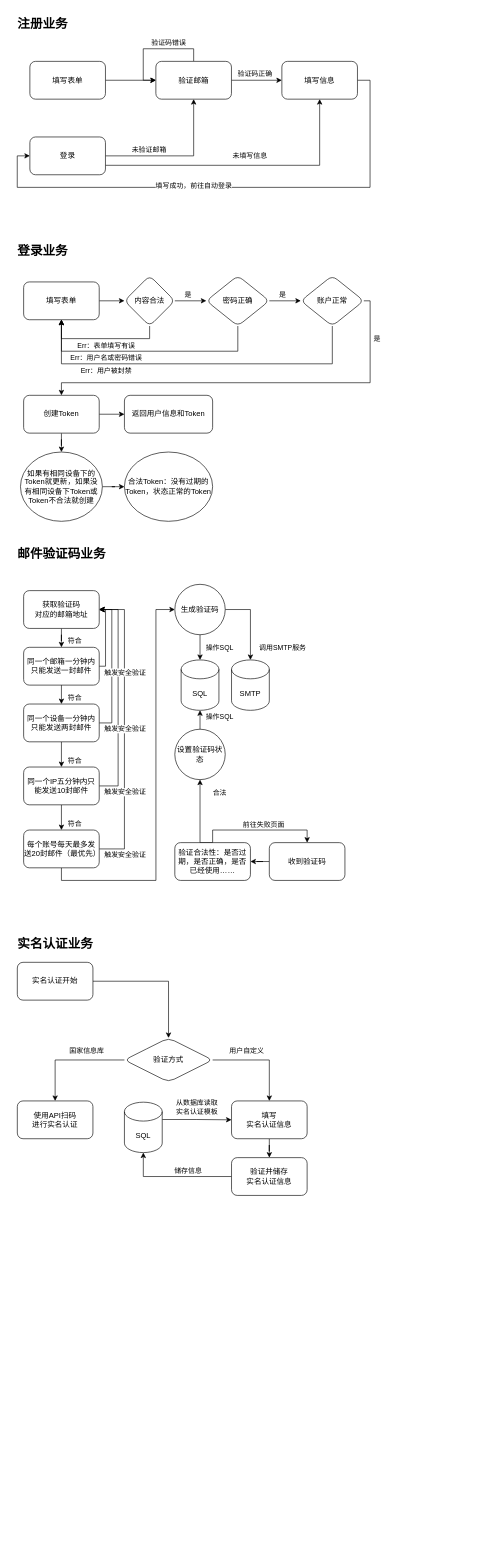
Before: ChatBy.drawio in lanbinshijie/image-cdn, a draw.io diagram. Source tidied: cells renumbered, new cells numbered last; positions are measured from the earlier drawing's top-left corner, leaving out a move shared by most shapes. Both pictures are drawn from the tidied source at 63%, with x=0, y=0 at pixel (11, 11).
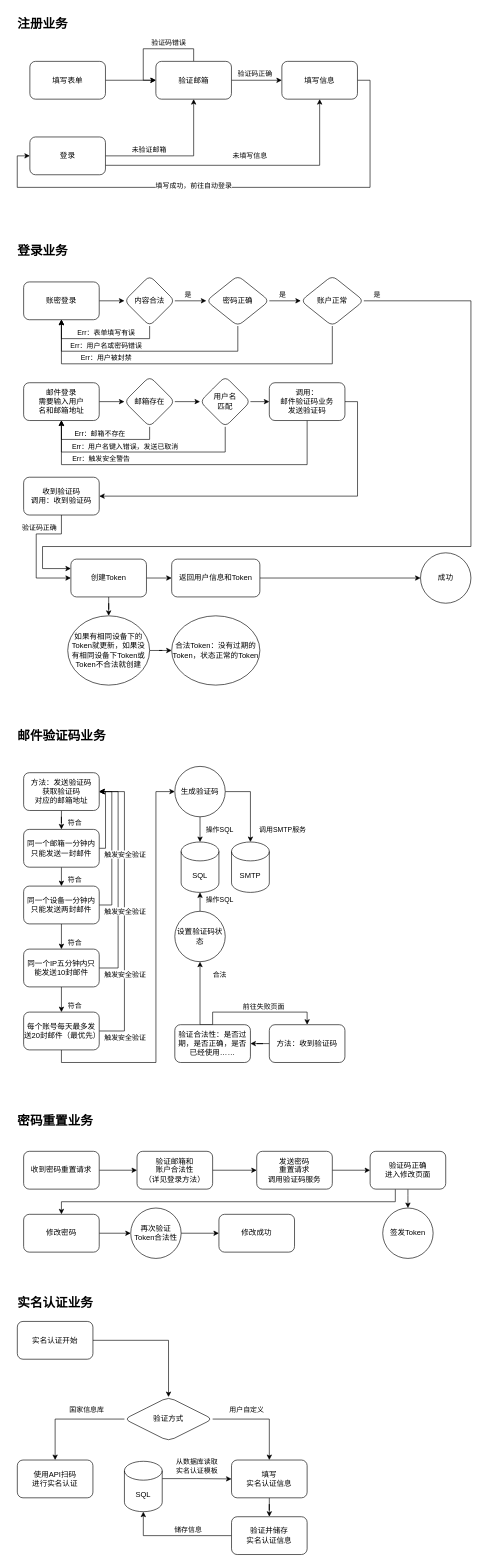
The same diagram, later.

The change refers to these unchanged cells:
```xml
<mxCell id="21" style="edgeStyle=orthogonalEdgeStyle;rounded=0;jettySize=auto;html=1;" parent="1" edge="1" source="29" target="32">
  <mxGeometry relative="1" as="geometry" />
</mxCell>
<mxCell id="25" style="edgeStyle=orthogonalEdgeStyle;rounded=0;jettySize=auto;html=1;exitX=0.5;exitY=1;exitDx=0;exitDy=0;entryX=0.5;entryY=1;entryDx=0;entryDy=0;" parent="1" edge="1" source="29" target="20">
  <mxGeometry relative="1" as="geometry" />
</mxCell>
<mxCell id="35" value="账户正常" style="rhombus;whiteSpace=wrap;html=1;rounded=1;" parent="1" vertex="1">
  <mxGeometry x="460" y="420" width="100" height="80" as="geometry" />
</mxCell>
```

Change to the diagram source:
```diff
@@
-    <mxCell id="20" value="填写表单" style="rounded=1;whiteSpace=wrap;html=1;" parent="1" vertex="1">
+    <mxCell id="20" value="账密登录" style="rounded=1;whiteSpace=wrap;html=1;" parent="1" vertex="1">
       <mxGeometry x="20" y="430" width="120" height="60" as="geometry" />
     </mxCell>
@@
     <mxCell id="24" value="是" style="edgeLabel;html=1;align=center;verticalAlign=middle;" parent="21" vertex="1">
       <mxGeometry x="-0.46" relative="1" as="geometry">
-        <mxPoint x="306" y="60" as="offset" />
+        <mxPoint x="306" y="-10" as="offset" />
       </mxGeometry>
     </mxCell>
@@
     <mxCell id="26" value="Err：表单填写有误" style="edgeLabel;html=1;align=center;verticalAlign=middle;" parent="25" vertex="1">
       <mxGeometry x="-0.16" y="1" relative="1" as="geometry">
-        <mxPoint x="-10" y="9" as="offset" />
+        <mxPoint x="-10" y="-11" as="offset" />
       </mxGeometry>
     </mxCell>
     <mxCell id="27" value="Err：用户名或密码错误" style="edgeLabel;html=1;align=center;verticalAlign=middle;" parent="25" vertex="1">
       <mxGeometry x="-0.16" y="1" relative="1" as="geometry">
-        <mxPoint x="-10" y="29" as="offset" />
+        <mxPoint x="-10" y="9" as="offset" />
       </mxGeometry>
     </mxCell>
     <mxCell id="28" value="Err：用户被封禁" style="edgeLabel;html=1;align=center;verticalAlign=middle;" parent="25" vertex="1">
       <mxGeometry x="-0.16" y="1" relative="1" as="geometry">
-        <mxPoint x="-10" y="49" as="offset" />
+        <mxPoint x="-10" y="29" as="offset" />
       </mxGeometry>
     </mxCell>
@@
-    <mxCell id="34" style="edgeStyle=orthogonalEdgeStyle;rounded=0;jettySize=auto;html=1;" parent="1" edge="1" source="35" target="38">
+    <mxCell id="34" style="edgeStyle=orthogonalEdgeStyle;rounded=0;jettySize=auto;html=1;exitX=1;exitY=0.5;exitDx=0;exitDy=0;entryX=0;entryY=0.25;entryDx=0;entryDy=0;" parent="1" edge="1" source="35" target="38">
       <mxGeometry relative="1" as="geometry">
         <Array as="points">
-          <mxPoint x="570" y="460" />
-          <mxPoint x="570" y="590" />
-          <mxPoint x="80" y="590" />
+          <mxPoint x="730" y="460" />
+          <mxPoint x="730" y="850" />
+          <mxPoint x="50" y="850" />
+          <mxPoint x="50" y="885" />
         </Array>
       </mxGeometry>
     </mxCell>
@@
     <mxCell id="38" value="创建Token" style="whiteSpace=wrap;html=1;rounded=1;" parent="1" vertex="1">
-      <mxGeometry x="20" y="610" width="120" height="60" as="geometry" />
+      <mxGeometry x="95" y="870" width="120" height="60" as="geometry" />
     </mxCell>
@@
     <mxCell id="40" value="如果有相同设备下的Token就更新，如果没有相同设备下Token或Token不合法就创建" style="ellipse;whiteSpace=wrap;html=1;rounded=1;" parent="1" vertex="1">
-      <mxGeometry x="15" y="700" width="130" height="110" as="geometry" />
+      <mxGeometry x="90" y="960" width="130" height="110" as="geometry" />
     </mxCell>
     <mxCell id="41" value="合法Token：没有过期的Token，状态正常的Token" style="ellipse;whiteSpace=wrap;html=1;rounded=1;" parent="1" vertex="1">
-      <mxGeometry x="180" y="700" width="140" height="110" as="geometry" />
+      <mxGeometry x="255" y="960" width="140" height="110" as="geometry" />
     </mxCell>
+    <mxCell id="100" style="edgeStyle=orthogonalEdgeStyle;rounded=0;jettySize=auto;html=1;" parent="1" edge="1" source="42" target="118">
+      <mxGeometry relative="1" as="geometry" />
+    </mxCell>
     <mxCell id="42" value="返回用户信息和Token" style="whiteSpace=wrap;html=1;rounded=1;" parent="1" vertex="1">
-      <mxGeometry x="180" y="610" width="140" height="60" as="geometry" />
+      <mxGeometry x="255" y="870" width="140" height="60" as="geometry" />
     </mxCell>
     <mxCell id="43" value="邮件验证码业务" style="text;html=1;align=center;verticalAlign=middle;strokeColor=none;fillColor=none;fontSize=20;fontStyle=1;" parent="1" vertex="1">
-      <mxGeometry y="840" width="160" height="40" as="geometry" />
+      <mxGeometry y="1129" width="160" height="40" as="geometry" />
     </mxCell>
@@
-    <mxCell id="49" value="获取验证码&lt;br&gt;对应的邮箱地址" style="rounded=1;whiteSpace=wrap;html=1;" parent="1" vertex="1">
-      <mxGeometry x="20" y="920" width="120" height="60" as="geometry" />
+    <mxCell id="49" value="方法：发送验证码&lt;br&gt;获取验证码&lt;br&gt;对应的邮箱地址" style="rounded=1;whiteSpace=wrap;html=1;" parent="1" vertex="1">
+      <mxGeometry x="20" y="1209" width="120" height="60" as="geometry" />
     </mxCell>
@@
     <mxCell id="56" value="生成验证码" style="ellipse;whiteSpace=wrap;html=1;rounded=1;" parent="1" vertex="1">
-      <mxGeometry x="260" y="910" width="80" height="80" as="geometry" />
+      <mxGeometry x="260" y="1199" width="80" height="80" as="geometry" />
     </mxCell>
     <mxCell id="57" value="SQL" style="shape=cylinder3;whiteSpace=wrap;html=1;boundedLbl=1;backgroundOutline=1;size=15;" parent="1" vertex="1">
-      <mxGeometry x="270" y="1030" width="60" height="80" as="geometry" />
+      <mxGeometry x="270" y="1319" width="60" height="80" as="geometry" />
     </mxCell>
@@
     <mxCell id="59" style="edgeStyle=orthogonalEdgeStyle;rounded=0;jettySize=auto;html=1;exitX=1;exitY=0.5;exitDx=0;exitDy=0;entryX=1;entryY=0.5;entryDx=0;entryDy=0;" parent="1" edge="1" source="60" target="49">
       <mxGeometry relative="1" as="geometry">
         <Array as="points">
-          <mxPoint x="150" y="1040" />
-          <mxPoint x="150" y="950" />
+          <mxPoint x="150" y="1329" />
+          <mxPoint x="150" y="1239" />
         </Array>
       </mxGeometry>
     </mxCell>
     <mxCell id="60" value="同一个邮箱一分钟内只能发送一封邮件" style="rounded=1;whiteSpace=wrap;html=1;" parent="1" vertex="1">
-      <mxGeometry x="20" y="1010" width="120" height="60" as="geometry" />
+      <mxGeometry x="20" y="1299" width="120" height="60" as="geometry" />
     </mxCell>
@@
     <mxCell id="62" style="edgeStyle=orthogonalEdgeStyle;rounded=0;jettySize=auto;html=1;exitX=1;exitY=0.5;exitDx=0;exitDy=0;entryX=1;entryY=0.5;entryDx=0;entryDy=0;" parent="1" edge="1" source="63" target="49">
       <mxGeometry relative="1" as="geometry">
         <Array as="points">
-          <mxPoint x="160" y="1130" />
-          <mxPoint x="160" y="950" />
+          <mxPoint x="160" y="1419" />
+          <mxPoint x="160" y="1239" />
         </Array>
       </mxGeometry>
     </mxCell>
     <mxCell id="63" value="同一个设备一分钟内只能发送两封邮件" style="rounded=1;whiteSpace=wrap;html=1;" parent="1" vertex="1">
-      <mxGeometry x="20" y="1100" width="120" height="60" as="geometry" />
+      <mxGeometry x="20" y="1389" width="120" height="60" as="geometry" />
     </mxCell>
@@
     <mxCell id="65" style="edgeStyle=orthogonalEdgeStyle;rounded=0;jettySize=auto;html=1;exitX=1;exitY=0.5;exitDx=0;exitDy=0;entryX=1;entryY=0.5;entryDx=0;entryDy=0;" parent="1" edge="1" source="66" target="49">
       <mxGeometry relative="1" as="geometry">
         <Array as="points">
-          <mxPoint x="170" y="1230" />
-          <mxPoint x="170" y="950" />
+          <mxPoint x="170" y="1519" />
+          <mxPoint x="170" y="1239" />
         </Array>
       </mxGeometry>
     </mxCell>
     <mxCell id="66" value="同一个IP五分钟内只能发送10封邮件" style="rounded=1;whiteSpace=wrap;html=1;" parent="1" vertex="1">
-      <mxGeometry x="20" y="1200" width="120" height="60" as="geometry" />
+      <mxGeometry x="20" y="1489" width="120" height="60" as="geometry" />
     </mxCell>
     <mxCell id="67" style="edgeStyle=orthogonalEdgeStyle;rounded=0;jettySize=auto;html=1;exitX=1;exitY=0.5;exitDx=0;exitDy=0;entryX=1;entryY=0.5;entryDx=0;entryDy=0;" parent="1" edge="1" source="73" target="49">
       <mxGeometry relative="1" as="geometry">
         <Array as="points">
-          <mxPoint x="180" y="1330" />
-          <mxPoint x="180" y="950" />
+          <mxPoint x="180" y="1619" />
+          <mxPoint x="180" y="1239" />
         </Array>
       </mxGeometry>
     </mxCell>
@@
     <mxCell id="72" style="edgeStyle=orthogonalEdgeStyle;rounded=0;jettySize=auto;html=1;exitX=0.5;exitY=1;exitDx=0;exitDy=0;entryX=0;entryY=0.5;entryDx=0;entryDy=0;" parent="1" edge="1" source="73" target="56">
       <mxGeometry relative="1" as="geometry">
         <Array as="points">
-          <mxPoint x="80" y="1380" />
-          <mxPoint x="230" y="1380" />
-          <mxPoint x="230" y="950" />
+          <mxPoint x="80" y="1669" />
+          <mxPoint x="230" y="1669" />
+          <mxPoint x="230" y="1239" />
         </Array>
       </mxGeometry>
     </mxCell>
     <mxCell id="73" value="每个账号每天最多发送20封邮件（最优先）" style="rounded=1;whiteSpace=wrap;html=1;" parent="1" vertex="1">
-      <mxGeometry x="20" y="1300" width="120" height="60" as="geometry" />
+      <mxGeometry x="20" y="1589" width="120" height="60" as="geometry" />
     </mxCell>
     <mxCell id="74" value="SMTP" style="shape=cylinder3;whiteSpace=wrap;html=1;boundedLbl=1;backgroundOutline=1;size=15;" parent="1" vertex="1">
-      <mxGeometry x="350" y="1030" width="60" height="80" as="geometry" />
+      <mxGeometry x="350" y="1319" width="60" height="80" as="geometry" />
     </mxCell>
@@
-    <mxCell id="76" value="收到验证码" style="rounded=1;whiteSpace=wrap;html=1;" parent="1" vertex="1">
-      <mxGeometry x="410" y="1320" width="120" height="60" as="geometry" />
+    <mxCell id="76" value="方法：收到验证码" style="rounded=1;whiteSpace=wrap;html=1;" parent="1" vertex="1">
+      <mxGeometry x="410" y="1609" width="120" height="60" as="geometry" />
     </mxCell>
     <mxCell id="77" style="edgeStyle=orthogonalEdgeStyle;rounded=0;jettySize=auto;html=1;exitX=0.5;exitY=0;exitDx=0;exitDy=0;entryX=0.5;entryY=1;entryDx=0;entryDy=0;" parent="1" edge="1" source="80" target="82">
       <mxGeometry relative="1" as="geometry">
         <Array as="points">
-          <mxPoint x="300" y="1320" />
+          <mxPoint x="300" y="1609" />
         </Array>
       </mxGeometry>
     </mxCell>
@@
     <mxCell id="80" value="验证合法性：是否过期，是否正确，是否已经使用……" style="rounded=1;whiteSpace=wrap;html=1;" parent="1" vertex="1">
-      <mxGeometry x="260" y="1320" width="120" height="60" as="geometry" />
+      <mxGeometry x="260" y="1609" width="120" height="60" as="geometry" />
     </mxCell>
@@
     <mxCell id="82" value="设置验证码状态" style="ellipse;whiteSpace=wrap;html=1;rounded=1;" parent="1" vertex="1">
-      <mxGeometry x="260" y="1140" width="80" height="80" as="geometry" />
+      <mxGeometry x="260" y="1429" width="80" height="80" as="geometry" />
     </mxCell>
     <mxCell id="83" value="实名认证业务" style="text;html=1;align=center;verticalAlign=middle;strokeColor=none;fillColor=none;fontSize=20;fontStyle=1;" parent="1" vertex="1">
-      <mxGeometry y="1460" width="140" height="40" as="geometry" />
+      <mxGeometry y="2030" width="140" height="40" as="geometry" />
     </mxCell>
@@
     <mxCell id="85" value="实名认证开始" style="rounded=1;whiteSpace=wrap;html=1;" parent="1" vertex="1">
-      <mxGeometry x="10" y="1510" width="120" height="60" as="geometry" />
+      <mxGeometry x="10" y="2080" width="120" height="60" as="geometry" />
     </mxCell>
@@
     <mxCell id="90" value="验证方式" style="rhombus;whiteSpace=wrap;html=1;rounded=1;" parent="1" vertex="1">
-      <mxGeometry x="180" y="1630" width="140" height="70" as="geometry" />
+      <mxGeometry x="180" y="2200" width="140" height="70" as="geometry" />
     </mxCell>
@@
     <mxCell id="92" value="填写&lt;br&gt;实名认证信息" style="whiteSpace=wrap;html=1;rounded=1;" parent="1" vertex="1">
-      <mxGeometry x="350" y="1730" width="120" height="60" as="geometry" />
+      <mxGeometry x="350" y="2300" width="120" height="60" as="geometry" />
     </mxCell>
     <mxCell id="93" value="使用API扫码&lt;br&gt;进行实名认证" style="whiteSpace=wrap;html=1;rounded=1;" parent="1" vertex="1">
-      <mxGeometry x="10" y="1730" width="120" height="60" as="geometry" />
+      <mxGeometry x="10" y="2300" width="120" height="60" as="geometry" />
     </mxCell>
@@
     <mxCell id="96" value="SQL" style="shape=cylinder3;whiteSpace=wrap;html=1;boundedLbl=1;backgroundOutline=1;size=15;" parent="1" vertex="1">
-      <mxGeometry x="180" y="1732" width="60" height="80" as="geometry" />
+      <mxGeometry x="180" y="2302" width="60" height="80" as="geometry" />
     </mxCell>
@@
     <mxCell id="99" value="验证并储存&lt;br&gt;实名认证信息" style="whiteSpace=wrap;html=1;rounded=1;" parent="1" vertex="1">
-      <mxGeometry x="350" y="1820" width="120" height="60" as="geometry" />
+      <mxGeometry x="350" y="2390" width="120" height="60" as="geometry" />
     </mxCell>
+    <mxCell id="101" style="edgeStyle=orthogonalEdgeStyle;rounded=0;jettySize=auto;html=1;" parent="1" edge="1" source="102" target="106">
+      <mxGeometry relative="1" as="geometry" />
+    </mxCell>
+    <mxCell id="102" value="邮件登录&lt;br&gt;需要输入用户&lt;br&gt;名和邮箱地址" style="rounded=1;whiteSpace=wrap;html=1;" parent="1" vertex="1">
+      <mxGeometry x="20" y="590" width="120" height="60" as="geometry" />
+    </mxCell>
+    <mxCell id="103" style="edgeStyle=orthogonalEdgeStyle;rounded=0;jettySize=auto;html=1;exitX=0.5;exitY=1;exitDx=0;exitDy=0;entryX=0.5;entryY=1;entryDx=0;entryDy=0;" parent="1" edge="1" source="106" target="102">
+      <mxGeometry relative="1" as="geometry" />
+    </mxCell>
+    <mxCell id="104" value="Err：邮箱不存在" style="edgeLabel;html=1;align=center;verticalAlign=middle;" parent="103" vertex="1">
+      <mxGeometry x="-0.26" relative="1" as="geometry">
+        <mxPoint x="-30" y="-10" as="offset" />
+      </mxGeometry>
+    </mxCell>
+    <mxCell id="105" style="edgeStyle=orthogonalEdgeStyle;rounded=0;jettySize=auto;html=1;" parent="1" edge="1" source="106" target="114">
+      <mxGeometry relative="1" as="geometry" />
+    </mxCell>
+    <mxCell id="106" value="邮箱存在" style="rhombus;whiteSpace=wrap;html=1;rounded=1;" parent="1" vertex="1">
+      <mxGeometry x="180" y="580" width="80" height="80" as="geometry" />
+    </mxCell>
+    <mxCell id="107" style="edgeStyle=orthogonalEdgeStyle;rounded=0;orthogonalLoop=1;jettySize=auto;html=1;exitX=0.5;exitY=1;exitDx=0;exitDy=0;entryX=0.5;entryY=1;entryDx=0;entryDy=0;" parent="1" edge="1">
+      <mxGeometry relative="1" as="geometry">
+        <mxPoint x="470" y="650" as="sourcePoint" />
+        <mxPoint x="80" y="650" as="targetPoint" />
+        <Array as="points">
+          <mxPoint x="470" y="720" />
+          <mxPoint x="80" y="720" />
+        </Array>
+      </mxGeometry>
+    </mxCell>
+    <mxCell id="108" value="Err：触发安全警告" style="edgeLabel;html=1;align=center;verticalAlign=middle;" parent="107" vertex="1">
+      <mxGeometry x="0.42" y="-1" relative="1" as="geometry">
+        <mxPoint x="-22" y="-9" as="offset" />
+      </mxGeometry>
+    </mxCell>
+    <mxCell id="109" style="edgeStyle=orthogonalEdgeStyle;rounded=0;jettySize=auto;html=1;" parent="1" edge="1" source="110" target="117">
+      <mxGeometry relative="1" as="geometry">
+        <Array as="points">
+          <mxPoint x="550" y="620" />
+          <mxPoint x="550" y="770" />
+        </Array>
+      </mxGeometry>
+    </mxCell>
+    <mxCell id="110" value="调用：&lt;br&gt;邮件验证码业务&lt;br&gt;发送验证码" style="whiteSpace=wrap;html=1;rounded=1;" parent="1" vertex="1">
+      <mxGeometry x="410" y="590" width="120" height="60" as="geometry" />
+    </mxCell>
+    <mxCell id="111" style="edgeStyle=orthogonalEdgeStyle;rounded=0;jettySize=auto;html=1;exitX=1;exitY=0.5;exitDx=0;exitDy=0;entryX=0;entryY=0.5;entryDx=0;entryDy=0;" parent="1" edge="1" source="114" target="110">
+      <mxGeometry relative="1" as="geometry" />
+    </mxCell>
+    <mxCell id="112" style="edgeStyle=orthogonalEdgeStyle;rounded=0;jettySize=auto;html=1;exitX=0.5;exitY=1;exitDx=0;exitDy=0;entryX=0.5;entryY=1;entryDx=0;entryDy=0;" parent="1" edge="1" source="114" target="102">
+      <mxGeometry relative="1" as="geometry">
+        <Array as="points">
+          <mxPoint x="340" y="700" />
+          <mxPoint x="80" y="700" />
+        </Array>
+      </mxGeometry>
+    </mxCell>
+    <mxCell id="113" value="Err：用户名键入错误，发送已取消" style="edgeLabel;html=1;align=center;verticalAlign=middle;" parent="112" vertex="1">
+      <mxGeometry x="0.37" y="-1" relative="1" as="geometry">
+        <mxPoint x="40" y="-9" as="offset" />
+      </mxGeometry>
+    </mxCell>
+    <mxCell id="114" value="用户名&lt;br&gt;匹配" style="rhombus;whiteSpace=wrap;html=1;rounded=1;" parent="1" vertex="1">
+      <mxGeometry x="300" y="580" width="80" height="80" as="geometry" />
+    </mxCell>
+    <mxCell id="115" style="edgeStyle=orthogonalEdgeStyle;rounded=0;jettySize=auto;html=1;exitX=0.5;exitY=1;exitDx=0;exitDy=0;entryX=0;entryY=0.5;entryDx=0;entryDy=0;" parent="1" edge="1" source="117" target="38">
+      <mxGeometry relative="1" as="geometry">
+        <Array as="points">
+          <mxPoint x="80" y="830" />
+          <mxPoint x="40" y="830" />
+          <mxPoint x="40" y="900" />
+        </Array>
+      </mxGeometry>
+    </mxCell>
+    <mxCell id="116" value="验证码正确" style="edgeLabel;html=1;align=center;verticalAlign=middle;" parent="115" vertex="1">
+      <mxGeometry x="-0.54" y="-4" relative="1" as="geometry">
+        <mxPoint x="-21" y="-6" as="offset" />
+      </mxGeometry>
+    </mxCell>
+    <mxCell id="117" value="收到验证码&lt;br&gt;调用：收到验证码" style="whiteSpace=wrap;html=1;rounded=1;" parent="1" vertex="1">
+      <mxGeometry x="20" y="740" width="120" height="60" as="geometry" />
+    </mxCell>
+    <mxCell id="118" value="成功" style="ellipse;whiteSpace=wrap;html=1;rounded=1;" parent="1" vertex="1">
+      <mxGeometry x="650" y="860" width="80" height="80" as="geometry" />
+    </mxCell>
+    <mxCell id="119" value="密码重置业务" style="text;html=1;align=center;verticalAlign=middle;strokeColor=none;fillColor=none;fontSize=20;fontStyle=1;" parent="1" vertex="1">
+      <mxGeometry y="1740" width="140" height="40" as="geometry" />
+    </mxCell>
+    <mxCell id="120" style="edgeStyle=orthogonalEdgeStyle;rounded=0;jettySize=auto;html=1;" parent="1" edge="1" source="121" target="123">
+      <mxGeometry relative="1" as="geometry" />
+    </mxCell>
+    <mxCell id="121" value="收到密码重置请求" style="rounded=1;whiteSpace=wrap;html=1;" parent="1" vertex="1">
+      <mxGeometry x="20" y="1810" width="120" height="60" as="geometry" />
+    </mxCell>
+    <mxCell id="122" style="edgeStyle=orthogonalEdgeStyle;rounded=0;jettySize=auto;html=1;" parent="1" edge="1" source="123" target="125">
+      <mxGeometry relative="1" as="geometry" />
+    </mxCell>
+    <mxCell id="123" value="验证邮箱和&lt;br&gt;账户合法性&lt;br&gt;（详见登录方法）" style="rounded=1;whiteSpace=wrap;html=1;" parent="1" vertex="1">
+      <mxGeometry x="200" y="1810" width="120" height="60" as="geometry" />
+    </mxCell>
+    <mxCell id="124" style="edgeStyle=orthogonalEdgeStyle;rounded=0;jettySize=auto;html=1;" parent="1" edge="1" source="125" target="128">
+      <mxGeometry relative="1" as="geometry" />
+    </mxCell>
+    <mxCell id="125" value="发送密码&lt;br&gt;重置请求&lt;br&gt;调用验证码服务" style="whiteSpace=wrap;html=1;rounded=1;" parent="1" vertex="1">
+      <mxGeometry x="390" y="1810" width="120" height="60" as="geometry" />
+    </mxCell>
+    <mxCell id="126" style="edgeStyle=orthogonalEdgeStyle;rounded=0;jettySize=auto;html=1;" parent="1" edge="1" source="128" target="130">
+      <mxGeometry relative="1" as="geometry">
+        <Array as="points">
+          <mxPoint x="610" y="1890" />
+          <mxPoint x="80" y="1890" />
+        </Array>
+      </mxGeometry>
+    </mxCell>
+    <mxCell id="127" style="edgeStyle=orthogonalEdgeStyle;rounded=0;jettySize=auto;html=1;exitX=0.5;exitY=1;exitDx=0;exitDy=0;entryX=0.5;entryY=0;entryDx=0;entryDy=0;" parent="1" edge="1" source="128" target="133">
+      <mxGeometry relative="1" as="geometry">
+        <Array as="points">
+          <mxPoint x="630" y="1880" />
+          <mxPoint x="630" y="1880" />
+        </Array>
+      </mxGeometry>
+    </mxCell>
+    <mxCell id="128" value="验证码正确&lt;br&gt;进入修改页面" style="whiteSpace=wrap;html=1;rounded=1;" parent="1" vertex="1">
+      <mxGeometry x="570" y="1810" width="120" height="60" as="geometry" />
+    </mxCell>
+    <mxCell id="129" style="edgeStyle=orthogonalEdgeStyle;rounded=0;jettySize=auto;html=1;" parent="1" edge="1" source="130" target="132">
+      <mxGeometry relative="1" as="geometry" />
+    </mxCell>
+    <mxCell id="130" value="修改密码" style="whiteSpace=wrap;html=1;rounded=1;" parent="1" vertex="1">
+      <mxGeometry x="20" y="1910" width="120" height="60" as="geometry" />
+    </mxCell>
+    <mxCell id="131" style="edgeStyle=orthogonalEdgeStyle;rounded=0;jettySize=auto;html=1;" parent="1" edge="1" source="132" target="134">
+      <mxGeometry relative="1" as="geometry" />
+    </mxCell>
+    <mxCell id="132" value="再次验证&lt;br&gt;Token合法性" style="ellipse;whiteSpace=wrap;html=1;rounded=1;" parent="1" vertex="1">
+      <mxGeometry x="190" y="1900" width="80" height="80" as="geometry" />
+    </mxCell>
+    <mxCell id="133" value="签发Token" style="ellipse;whiteSpace=wrap;html=1;rounded=1;" parent="1" vertex="1">
+      <mxGeometry x="590" y="1900" width="80" height="80" as="geometry" />
+    </mxCell>
+    <mxCell id="134" value="修改成功" style="rounded=1;whiteSpace=wrap;html=1;" parent="1" vertex="1">
+      <mxGeometry x="330" y="1910" width="120" height="60" as="geometry" />
+    </mxCell>
```
